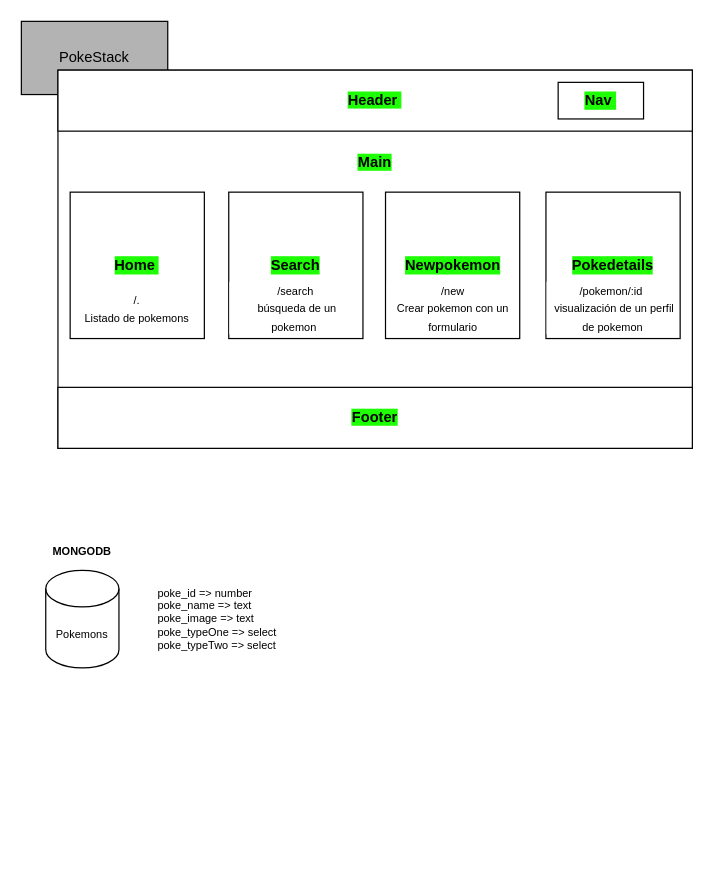
This is PokeFullStack_Diagram.drawio from TaniBack/PokeFullStack, a draw.io file, before an edit. Source tidied: cells renumbered, new cells numbered last; positions are measured from the earlier drawing's top-left corner, leaving out a move shared by most shapes. Both pictures are drawn from the tidied source at 122%, with x=0, y=0 at pixel (21, 21).
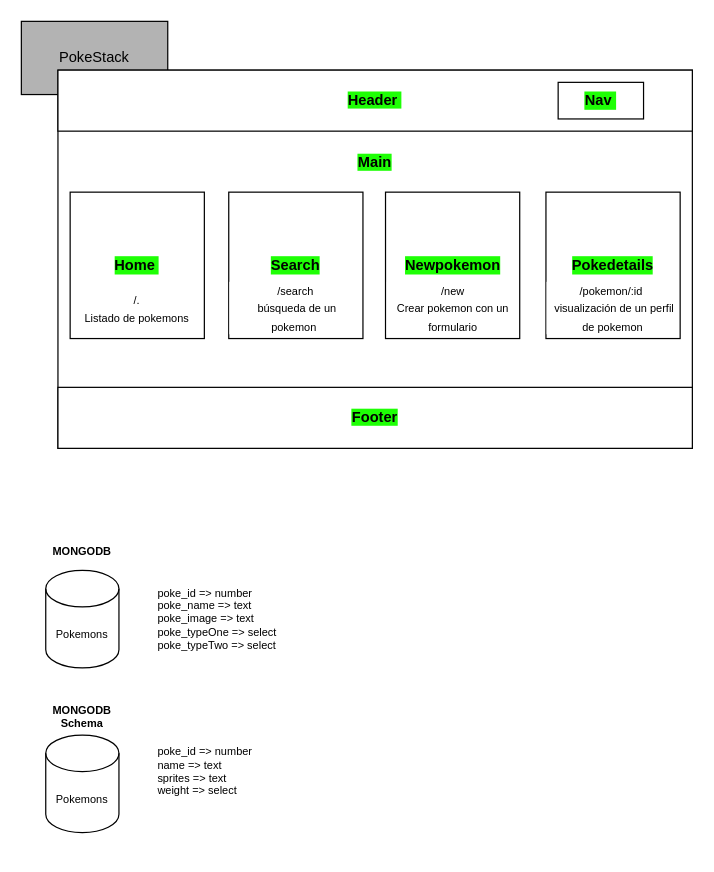
Above is the later version.

Change to the diagram source:
```diff
@@
+    <mxCell id="18" value="Pokemons" style="shape=cylinder3;whiteSpace=wrap;html=1;boundedLbl=1;backgroundOutline=1;size=15;labelBackgroundColor=#FFFFFF;fontSize=9;" parent="1" vertex="1">
+      <mxGeometry x="20" y="585" width="60" height="80" as="geometry" />
+    </mxCell>
+    <mxCell id="19" value="MONGODB&lt;br&gt;Schema" style="text;html=1;strokeColor=none;fillColor=none;align=center;verticalAlign=middle;whiteSpace=wrap;rounded=0;labelBackgroundColor=#FFFFFF;fontSize=9;fontStyle=1;" parent="1" vertex="1">
+      <mxGeometry x="20" y="555" width="60" height="30" as="geometry" />
+    </mxCell>
+    <mxCell id="20" value="&lt;div&gt;poke_id =&amp;gt; number&lt;/div&gt;name =&amp;gt; text&lt;br&gt;sprites =&amp;gt; text&lt;br&gt;weight =&amp;gt; select&lt;br&gt;" style="text;html=1;strokeColor=none;fillColor=none;align=left;verticalAlign=middle;whiteSpace=wrap;rounded=0;labelBackgroundColor=#FFFFFF;fontSize=9;" parent="1" vertex="1">
+      <mxGeometry x="110" y="550" width="270" height="130" as="geometry" />
+    </mxCell>
```
